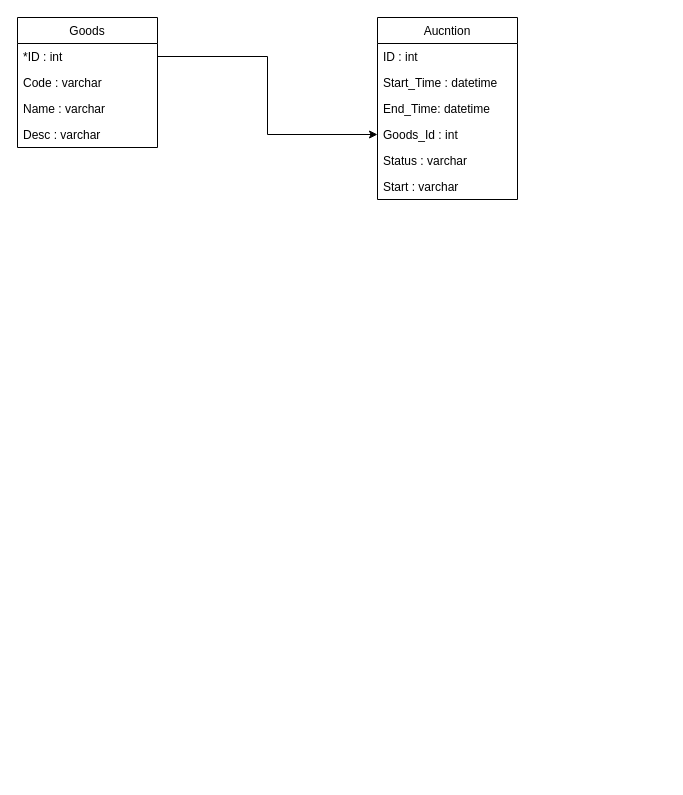
Earlier version of the draw.io diagram page "DB_DESIGN" (1 of 6) of Untitled Diagram.drawio (masziongit/flow). Source tidied: cells renumbered, new cells numbered last; positions are measured from the earlier drawing's top-left corner, leaving out a move shared by most shapes. Both pictures are drawn from the tidied source at 100%, with x=0, y=0 at pixel (17, 17).
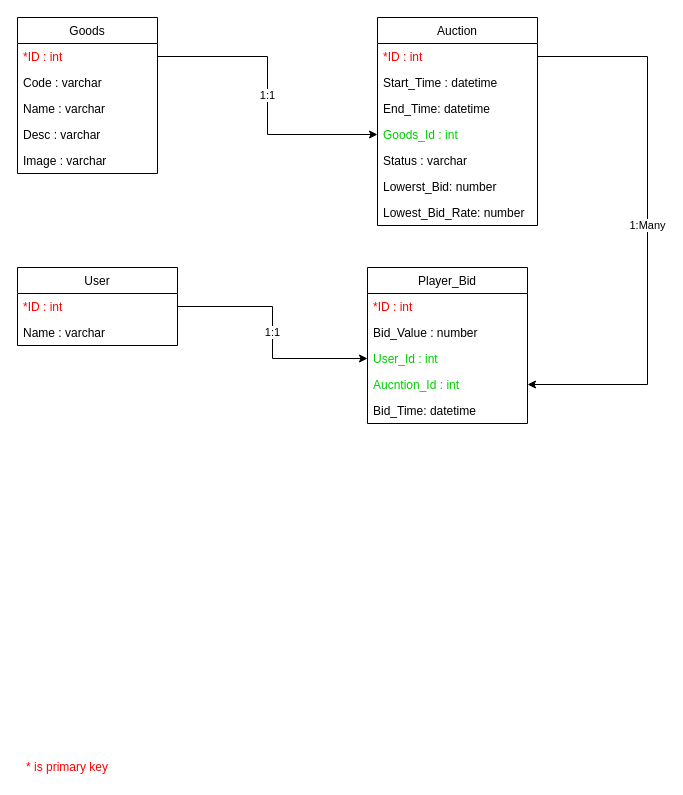
After the change.

Diff of the diagram source:
```diff
@@
+    <mxCell id="14" value="1:1" style="rounded=0;jettySize=auto;html=1;exitX=1;exitY=0.5;exitDx=0;exitDy=0;edgeStyle=orthogonalEdgeStyle;" parent="1" edge="1" source="3" target="11">
+      <mxGeometry relative="1" as="geometry" />
+    </mxCell>
+    <mxCell id="15" value="1:Many" style="edgeStyle=orthogonalEdgeStyle;rounded=0;jettySize=auto;html=1;exitX=1;exitY=0.5;exitDx=0;exitDy=0;" parent="1" edge="1" source="8" target="23">
+      <mxGeometry relative="1" as="geometry">
+        <Array as="points">
+          <mxPoint x="630" y="39" />
+          <mxPoint x="630" y="367" />
+        </Array>
+      </mxGeometry>
+    </mxCell>
+    <mxCell id="16" value="1:1" style="edgeStyle=orthogonalEdgeStyle;rounded=0;jettySize=auto;html=1;exitX=1;exitY=0.5;exitDx=0;exitDy=0;entryX=0;entryY=0.5;entryDx=0;entryDy=0;" parent="1" edge="1" source="26" target="22">
+      <mxGeometry relative="1" as="geometry" />
+    </mxCell>
     <mxCell id="2" value="Goods" style="swimlane;fontStyle=0;horizontal=1;startSize=26;fillColor=none;" parent="1" vertex="1">
-      <mxGeometry width="140" height="130" as="geometry" />
+      <mxGeometry width="140" height="156" as="geometry" />
     </mxCell>
-    <mxCell id="3" value="*ID : int" style="text;strokeColor=none;fillColor=none;align=left;verticalAlign=top;spacingLeft=4;spacingRight=4;overflow=hidden;points=[[0,0.5],[1,0.5]];portConstraint=eastwest;" parent="2" vertex="1">
+    <mxCell id="3" value="*ID : int" style="text;strokeColor=none;fillColor=none;align=left;verticalAlign=top;spacingLeft=4;spacingRight=4;overflow=hidden;points=[[0,0.5],[1,0.5]];portConstraint=eastwest;fontColor=#FF0000;" parent="2" vertex="1">
       <mxGeometry y="26" width="140" height="26" as="geometry" />
     </mxCell>
@@
+    <mxCell id="17" value="Image : varchar" style="text;strokeColor=none;fillColor=none;align=left;verticalAlign=top;spacingLeft=4;spacingRight=4;overflow=hidden;" parent="2" vertex="1">
+      <mxGeometry y="130" width="140" height="26" as="geometry" />
+    </mxCell>
-    <mxCell id="7" value="Aucntion" style="swimlane;fontStyle=0;horizontal=1;startSize=26;fillColor=none;" parent="1" vertex="1">
-      <mxGeometry x="360" width="140" height="182" as="geometry" />
+    <mxCell id="7" value="Auction" style="swimlane;fontStyle=0;horizontal=1;startSize=26;fillColor=none;" parent="1" vertex="1">
+      <mxGeometry x="360" width="160" height="208" as="geometry" />
     </mxCell>
-    <mxCell id="8" value="ID : int" style="text;strokeColor=none;fillColor=none;align=left;verticalAlign=top;spacingLeft=4;spacingRight=4;overflow=hidden;points=[[0,0.5],[1,0.5]];portConstraint=eastwest;" parent="7" vertex="1">
-      <mxGeometry y="26" width="140" height="26" as="geometry" />
+    <mxCell id="8" value="*ID : int" style="text;strokeColor=none;fillColor=none;align=left;verticalAlign=top;spacingLeft=4;spacingRight=4;overflow=hidden;points=[[0,0.5],[1,0.5]];portConstraint=eastwest;fontColor=#FF0000;" parent="7" vertex="1">
+      <mxGeometry y="26" width="160" height="26" as="geometry" />
     </mxCell>
     <mxCell id="9" value="Start_Time : datetime" style="text;strokeColor=none;fillColor=none;align=left;verticalAlign=top;spacingLeft=4;spacingRight=4;overflow=hidden;" parent="7" vertex="1">
-      <mxGeometry y="52" width="140" height="26" as="geometry" />
+      <mxGeometry y="52" width="160" height="26" as="geometry" />
     </mxCell>
     <mxCell id="10" value="End_Time: datetime" style="text;strokeColor=none;fillColor=none;align=left;verticalAlign=top;spacingLeft=4;spacingRight=4;overflow=hidden;" parent="7" vertex="1">
-      <mxGeometry y="78" width="140" height="26" as="geometry" />
+      <mxGeometry y="78" width="160" height="26" as="geometry" />
     </mxCell>
-    <mxCell id="11" value="Goods_Id : int" style="text;strokeColor=none;fillColor=none;align=left;verticalAlign=top;spacingLeft=4;spacingRight=4;overflow=hidden;points=[[0,0.5],[1,0.5]];portConstraint=eastwest;" parent="7" vertex="1">
-      <mxGeometry y="104" width="140" height="26" as="geometry" />
+    <mxCell id="11" value="Goods_Id : int" style="text;strokeColor=none;fillColor=none;align=left;verticalAlign=top;spacingLeft=4;spacingRight=4;overflow=hidden;points=[[0,0.5],[1,0.5]];portConstraint=eastwest;fontColor=#00CC00;" parent="7" vertex="1">
+      <mxGeometry y="104" width="160" height="26" as="geometry" />
     </mxCell>
     <mxCell id="12" value="Status : varchar" style="text;strokeColor=none;fillColor=none;align=left;verticalAlign=top;spacingLeft=4;spacingRight=4;overflow=hidden;" parent="7" vertex="1">
-      <mxGeometry y="130" width="140" height="26" as="geometry" />
+      <mxGeometry y="130" width="160" height="26" as="geometry" />
     </mxCell>
-    <mxCell id="13" value="Start : varchar" style="text;strokeColor=none;fillColor=none;align=left;verticalAlign=top;spacingLeft=4;spacingRight=4;overflow=hidden;" parent="7" vertex="1">
-      <mxGeometry y="156" width="140" height="26" as="geometry" />
+    <mxCell id="13" value="Lowerst_Bid: number" style="text;strokeColor=none;fillColor=none;align=left;verticalAlign=top;spacingLeft=4;spacingRight=4;overflow=hidden;" parent="7" vertex="1">
+      <mxGeometry y="156" width="160" height="26" as="geometry" />
     </mxCell>
-    <mxCell id="14" style="rounded=0;jettySize=auto;html=1;exitX=1;exitY=0.5;exitDx=0;exitDy=0;edgeStyle=orthogonalEdgeStyle;" parent="1" edge="1" source="3" target="11">
-      <mxGeometry relative="1" as="geometry" />
-    </mxCell>
+    <mxCell id="18" value="Lowest_Bid_Rate: number" style="text;strokeColor=none;fillColor=none;align=left;verticalAlign=top;spacingLeft=4;spacingRight=4;overflow=hidden;" parent="7" vertex="1">
+      <mxGeometry y="182" width="160" height="26" as="geometry" />
+    </mxCell>
+    <mxCell id="19" value="Player_Bid" style="swimlane;fontStyle=0;horizontal=1;startSize=26;fillColor=none;" parent="1" vertex="1">
+      <mxGeometry x="350" y="250" width="160" height="156" as="geometry" />
+    </mxCell>
+    <mxCell id="20" value="*ID : int" style="text;strokeColor=none;fillColor=none;align=left;verticalAlign=top;spacingLeft=4;spacingRight=4;overflow=hidden;fontColor=#FF0000;" parent="19" vertex="1">
+      <mxGeometry y="26" width="160" height="26" as="geometry" />
+    </mxCell>
+    <mxCell id="21" value="Bid_Value : number" style="text;strokeColor=none;fillColor=none;align=left;verticalAlign=top;spacingLeft=4;spacingRight=4;overflow=hidden;" parent="19" vertex="1">
+      <mxGeometry y="52" width="160" height="26" as="geometry" />
+    </mxCell>
+    <mxCell id="22" value="User_Id : int" style="text;strokeColor=none;fillColor=none;align=left;verticalAlign=top;spacingLeft=4;spacingRight=4;overflow=hidden;points=[[0,0.5],[1,0.5]];portConstraint=eastwest;fontColor=#00CC00;" parent="19" vertex="1">
+      <mxGeometry y="78" width="160" height="26" as="geometry" />
+    </mxCell>
+    <mxCell id="23" value="Aucntion_Id : int" style="text;strokeColor=none;fillColor=none;align=left;verticalAlign=top;spacingLeft=4;spacingRight=4;overflow=hidden;points=[[0,0.5],[1,0.5]];portConstraint=eastwest;fontColor=#00CC00;" parent="19" vertex="1">
+      <mxGeometry y="104" width="160" height="26" as="geometry" />
+    </mxCell>
+    <mxCell id="24" value="Bid_Time: datetime" style="text;strokeColor=none;fillColor=none;align=left;verticalAlign=top;spacingLeft=4;spacingRight=4;overflow=hidden;" parent="19" vertex="1">
+      <mxGeometry y="130" width="160" height="26" as="geometry" />
+    </mxCell>
+    <mxCell id="25" value="User" style="swimlane;fontStyle=0;horizontal=1;startSize=26;fillColor=none;" parent="1" vertex="1">
+      <mxGeometry y="250" width="160" height="78" as="geometry" />
+    </mxCell>
+    <mxCell id="26" value="*ID : int" style="text;strokeColor=none;fillColor=none;align=left;verticalAlign=top;spacingLeft=4;spacingRight=4;overflow=hidden;points=[[0,0.5],[1,0.5]];portConstraint=eastwest;fontColor=#FF0000;" parent="25" vertex="1">
+      <mxGeometry y="26" width="160" height="26" as="geometry" />
+    </mxCell>
+    <mxCell id="27" value="Name : varchar" style="text;strokeColor=none;fillColor=none;align=left;verticalAlign=top;spacingLeft=4;spacingRight=4;overflow=hidden;" parent="25" vertex="1">
+      <mxGeometry y="52" width="160" height="26" as="geometry" />
+    </mxCell>
+    <mxCell id="28" value="* is primary key" style="text;html=1;align=center;verticalAlign=middle;whiteSpace=wrap;rounded=0;fontColor=#FF0000;" parent="1" vertex="1">
+      <mxGeometry y="740" width="100" height="20" as="geometry" />
+    </mxCell>
```
